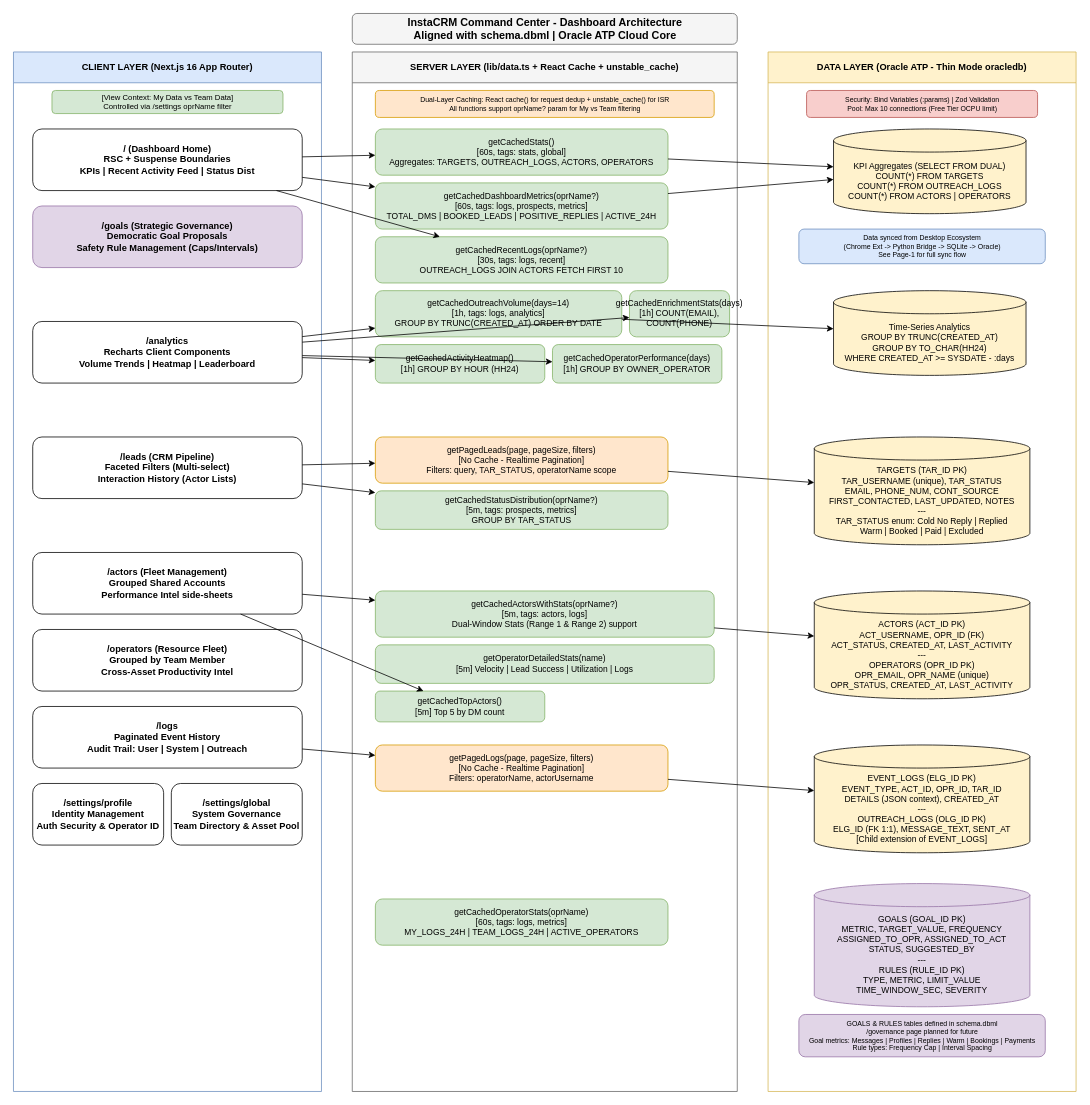
This is page "Dashboard Architecture" (2 of 2) of project_workflow.drawio from Hashaam101/insta-outreach-logger-dashboard, a draw.io file, before an edit. Source tidied: cells renumbered, new cells numbered last; positions are measured from the earlier drawing's top-left corner, leaving out a move shared by most shapes. Both pictures are drawn from the tidied source at 77%, with x=0, y=0 at pixel (13, 13).
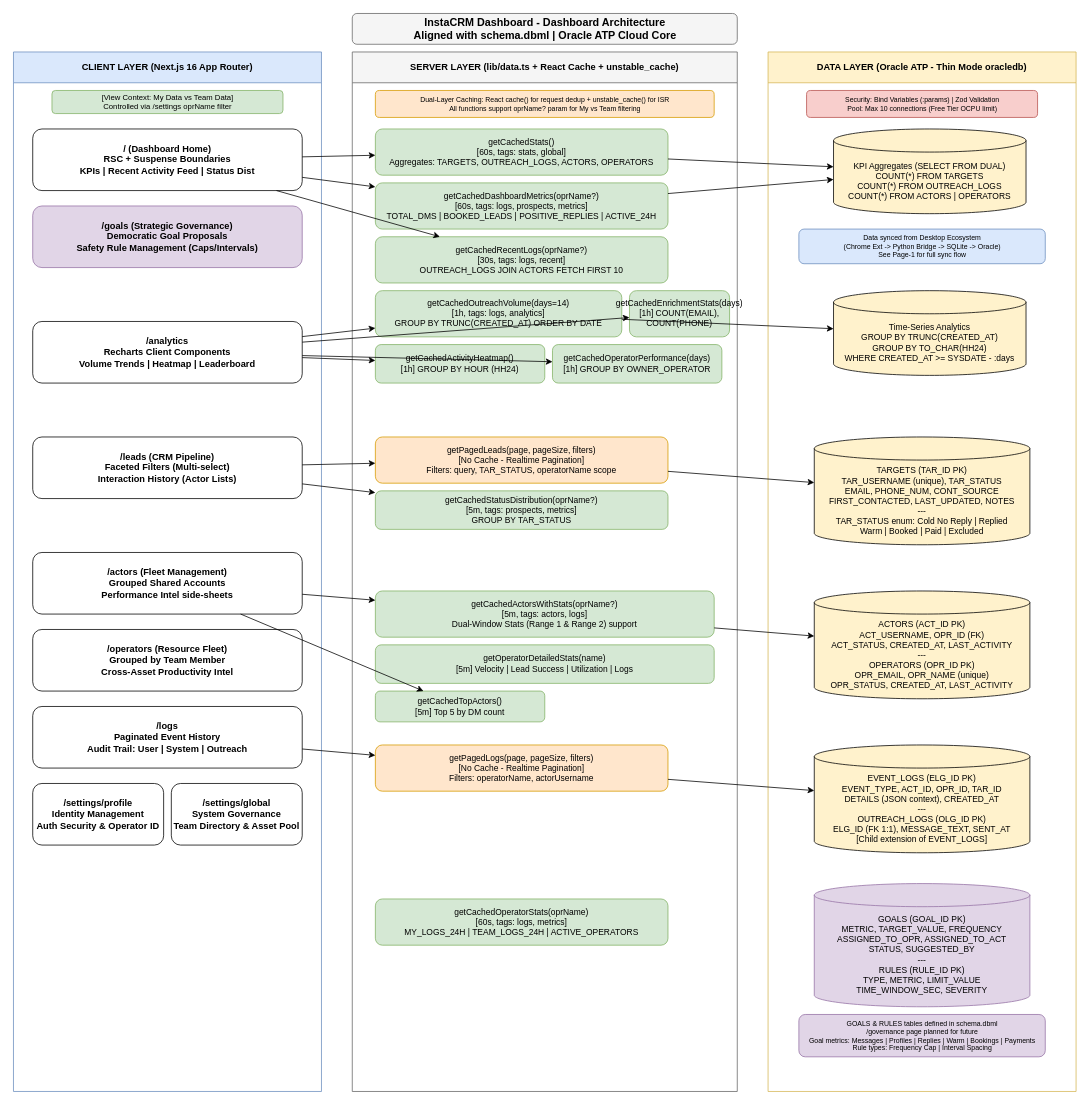
The same diagram, later.

Diff of the diagram source:
```diff
@@
-    <mxCell id="2" value="InstaCRM Command Center - Dashboard Architecture&#10;Aligned with schema.dbml | Oracle ATP Cloud Core" style="text;html=1;strokeColor=#666666;fillColor=#f5f5f5;align=center;verticalAlign=middle;rounded=1;fontStyle=1;fontSize=14;" parent="1" vertex="1">
+    <mxCell id="2" value="InstaCRM Dashboard - Dashboard Architecture&#10;Aligned with schema.dbml | Oracle ATP Cloud Core" style="text;html=1;strokeColor=#666666;fillColor=#f5f5f5;align=center;verticalAlign=middle;rounded=1;fontStyle=1;fontSize=14;" parent="1" vertex="1">
       <mxGeometry x="440" width="500" height="40" as="geometry" />
     </mxCell>
```
